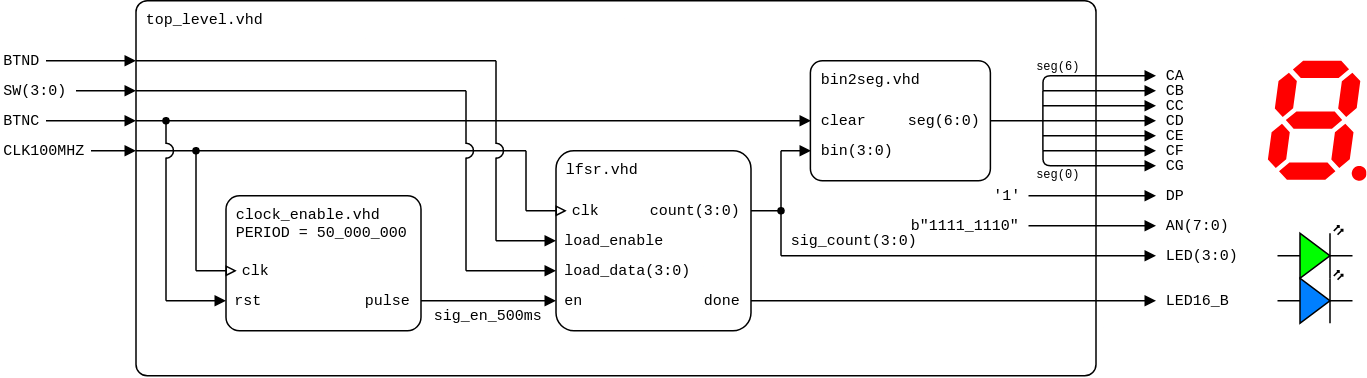
tomas-fryza/vhdl-course keeps this draw.io diagram as lab6-lfsr/images/top-level_lfsr_4-bit_structure.png. Above is the earlier version. Source tidied: cells renumbered, new cells last; positions are measured from the earlier drawing's top-left corner, leaving out a move shared by most shapes.
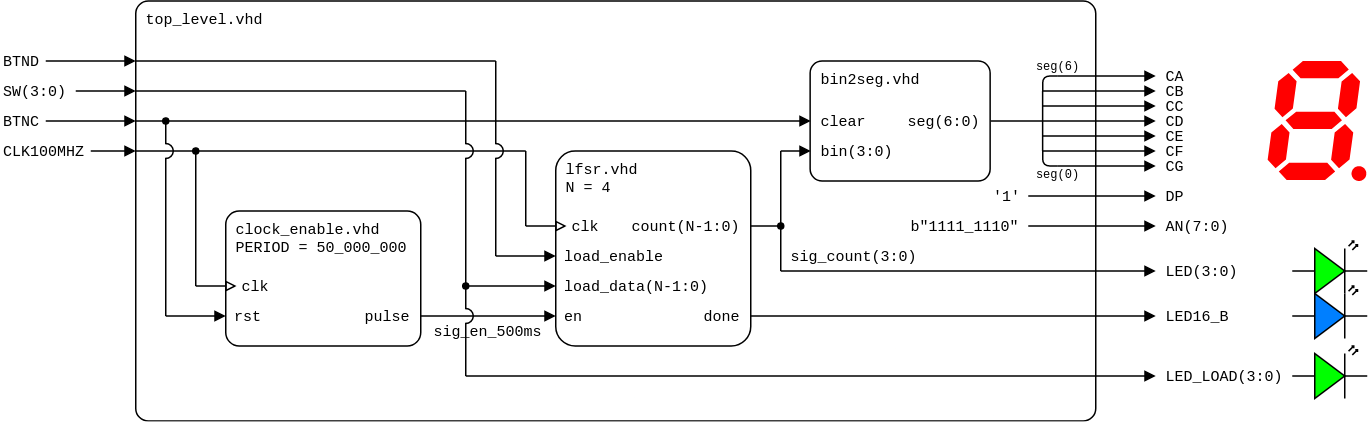
The same diagram one commit later.

Change to the diagram source:
```diff
@@ -3,7 +3,7 @@
     <mxCell id="0" />
     <mxCell id="1" parent="0" />
     <mxCell id="2" value="top_level.vhd" style="rounded=1;arcSize=3;whiteSpace=wrap;html=1;align=left;verticalAlign=top;fontFamily=Courier New;absoluteArcSize=0;fillColor=none;fontSize=10;spacingLeft=5;imageHeight=24;" parent="1" vertex="1">
-      <mxGeometry x="90" width="640" height="250" as="geometry" />
+      <mxGeometry x="90" width="640" height="280" as="geometry" />
     </mxCell>
     <mxCell id="3" style="endArrow=block;html=1;rounded=0;endFill=1;endSize=5;startSize=5;" parent="1" edge="1">
       <mxGeometry relative="1" as="geometry">
@@ -27,11 +27,11 @@
       <mxGeometry x="-0.4" y="70" width="40" height="20" as="geometry" />
     </mxCell>
     <mxCell id="7" value="sig_count(3:0)" style="text;html=1;align=left;verticalAlign=middle;whiteSpace=wrap;rounded=0;fontFamily=Courier New;fontSize=10;fillOpacity=100;spacing=2;spacingLeft=0;" parent="1" vertex="1">
-      <mxGeometry x="525" y="155" width="100" height="10" as="geometry" />
+      <mxGeometry x="525" y="165" width="100" height="10" as="geometry" />
     </mxCell>
     <mxCell id="8" style="endArrow=none;html=1;rounded=0;startArrow=none;startFill=0;endSize=4;startSize=4;" parent="1" edge="1">
       <mxGeometry relative="1" as="geometry">
-        <mxPoint x="350" y="140" as="sourcePoint" />
+        <mxPoint x="350" y="150" as="sourcePoint" />
         <mxPoint x="350" y="100" as="targetPoint" />
       </mxGeometry>
     </mxCell>
@@ -65,49 +65,49 @@
         <mxPoint x="330" y="95.5" as="targetPoint" />
       </mxGeometry>
     </mxCell>
-    <mxCell id="16" value="&lt;div&gt;lfsr.vhd&lt;/div&gt;" style="rounded=1;arcSize=10;align=left;verticalAlign=top;fontFamily=Courier New;absoluteArcSize=0;fillColor=none;fixDash=0;fontSize=10;spacingLeft=5;labelBorderColor=none;spacingTop=0;spacing=2;labelBackgroundColor=none;whiteSpace=wrap;html=1;strokeWidth=1;shadow=0;glass=0;" parent="1" vertex="1">
-      <mxGeometry x="370" y="100" width="130" height="120" as="geometry" />
+    <mxCell id="16" value="&lt;div&gt;lfsr.vhd&lt;br&gt;N = 4&lt;br&gt;&lt;/div&gt;" style="rounded=1;arcSize=10;align=left;verticalAlign=top;fontFamily=Courier New;absoluteArcSize=0;fillColor=none;fixDash=0;fontSize=10;spacingLeft=5;labelBorderColor=none;spacingTop=0;spacing=2;labelBackgroundColor=none;whiteSpace=wrap;html=1;strokeWidth=1;shadow=0;glass=0;" parent="1" vertex="1">
+      <mxGeometry x="370" y="100" width="130" height="130" as="geometry" />
     </mxCell>
     <mxCell id="17" value="load_enable" style="text;html=1;align=left;verticalAlign=middle;whiteSpace=wrap;rounded=0;fontFamily=Courier New;fontSize=10;fillOpacity=100;spacingLeft=5;" parent="1" vertex="1">
-      <mxGeometry x="369.4" y="150" width="80.6" height="20" as="geometry" />
+      <mxGeometry x="369.4" y="160" width="80.6" height="20" as="geometry" />
     </mxCell>
     <mxCell id="18" value="clk" style="text;html=1;align=left;verticalAlign=middle;whiteSpace=wrap;rounded=0;fontFamily=Courier New;fontSize=10;fillOpacity=100;spacing=2;spacingLeft=10;" parent="1" vertex="1">
-      <mxGeometry x="369.4" y="130" width="40.6" height="20" as="geometry" />
+      <mxGeometry x="369.4" y="140" width="40.6" height="20" as="geometry" />
     </mxCell>
     <mxCell id="19" style="endArrow=block;html=1;rounded=0;endFill=1;endSize=5;startSize=5;" parent="1" edge="1">
       <mxGeometry relative="1" as="geometry">
-        <mxPoint x="280" y="200" as="sourcePoint" />
-        <mxPoint x="370" y="200" as="targetPoint" />
+        <mxPoint x="280" y="210" as="sourcePoint" />
+        <mxPoint x="370" y="210" as="targetPoint" />
       </mxGeometry>
     </mxCell>
     <mxCell id="20" style="endArrow=block;html=1;rounded=0;endFill=0;endSize=5;startSize=5;" parent="1" edge="1">
       <mxGeometry relative="1" as="geometry">
-        <mxPoint x="350" y="140" as="sourcePoint" />
-        <mxPoint x="377.2" y="140" as="targetPoint" />
+        <mxPoint x="350" y="150" as="sourcePoint" />
+        <mxPoint x="377.2" y="150" as="targetPoint" />
       </mxGeometry>
     </mxCell>
-    <mxCell id="21" value="count(3:0)" style="text;html=1;align=right;verticalAlign=middle;whiteSpace=wrap;rounded=0;fontFamily=Courier New;fontSize=10;fillOpacity=100;spacing=2;spacingRight=5;" parent="1" vertex="1">
-      <mxGeometry x="430" y="130" width="70" height="20" as="geometry" />
+    <mxCell id="21" value="count(N-1:0)" style="text;html=1;align=right;verticalAlign=middle;whiteSpace=wrap;rounded=0;fontFamily=Courier New;fontSize=10;fillOpacity=100;spacing=2;spacingRight=5;" parent="1" vertex="1">
+      <mxGeometry x="410" y="140" width="90" height="20" as="geometry" />
     </mxCell>
     <mxCell id="22" value="en" style="text;html=1;align=left;verticalAlign=middle;whiteSpace=wrap;rounded=0;fontFamily=Courier New;fontSize=10;fillOpacity=100;spacingLeft=5;" parent="1" vertex="1">
-      <mxGeometry x="369.4" y="190" width="30.6" height="20" as="geometry" />
+      <mxGeometry x="369.4" y="200" width="30.6" height="20" as="geometry" />
     </mxCell>
     <mxCell id="23" style="endArrow=block;html=1;rounded=0;endFill=1;endSize=5;startSize=5;" parent="1" edge="1">
       <mxGeometry relative="1" as="geometry">
-        <mxPoint x="310" y="180" as="sourcePoint" />
-        <mxPoint x="370" y="180" as="targetPoint" />
+        <mxPoint x="310" y="190" as="sourcePoint" />
+        <mxPoint x="370" y="190" as="targetPoint" />
       </mxGeometry>
     </mxCell>
     <mxCell id="24" style="endArrow=none;html=1;rounded=0;startArrow=none;startFill=0;endSize=4;startSize=4;" parent="1" edge="1">
       <mxGeometry relative="1" as="geometry">
         <mxPoint x="520" y="100" as="sourcePoint" />
-        <mxPoint x="520" y="140" as="targetPoint" />
+        <mxPoint x="520" y="150" as="targetPoint" />
       </mxGeometry>
     </mxCell>
     <mxCell id="25" style="endArrow=none;html=1;rounded=0;endFill=0;endSize=5;startSize=5;" parent="1" edge="1">
       <mxGeometry relative="1" as="geometry">
-        <mxPoint x="500" y="140" as="sourcePoint" />
-        <mxPoint x="520" y="140" as="targetPoint" />
+        <mxPoint x="500" y="150" as="sourcePoint" />
+        <mxPoint x="520" y="150" as="targetPoint" />
       </mxGeometry>
     </mxCell>
     <mxCell id="26" value="bin2seg.vhd" style="rounded=1;arcSize=10;align=left;verticalAlign=top;fontFamily=Courier New;absoluteArcSize=0;fillColor=none;fixDash=0;fontSize=10;spacingLeft=5;labelBorderColor=none;spacingTop=0;spacing=2;labelBackgroundColor=none;whiteSpace=wrap;html=1;strokeWidth=1;shadow=0;glass=0;" parent="1" vertex="1">
@@ -232,41 +232,41 @@
       </mxGeometry>
     </mxCell>
     <mxCell id="53" value="sig_en_500ms" style="text;html=1;align=center;verticalAlign=middle;whiteSpace=wrap;rounded=0;fontFamily=Courier New;fontSize=10;fillOpacity=100;spacing=2;spacingLeft=0;" parent="1" vertex="1">
-      <mxGeometry x="280" y="205" width="90" height="10" as="geometry" />
+      <mxGeometry x="280" y="215" width="90" height="10" as="geometry" />
     </mxCell>
     <mxCell id="54" value="clock_enable.vhd&lt;div&gt;PERIOD = 50_000_000&lt;br&gt;&lt;/div&gt;" style="rounded=1;arcSize=10;align=left;verticalAlign=top;fontFamily=Courier New;absoluteArcSize=0;fillColor=none;fixDash=0;fontSize=10;spacingLeft=5;labelBorderColor=none;spacingTop=0;spacing=2;labelBackgroundColor=none;whiteSpace=wrap;html=1;strokeWidth=1;shadow=0;glass=0;" parent="1" vertex="1">
-      <mxGeometry x="150" y="130" width="130" height="90" as="geometry" />
+      <mxGeometry x="150" y="140" width="130" height="90" as="geometry" />
     </mxCell>
     <mxCell id="55" value="rst" style="text;html=1;align=left;verticalAlign=middle;whiteSpace=wrap;rounded=0;fontFamily=Courier New;fontSize=10;fillOpacity=100;spacingLeft=5;" parent="1" vertex="1">
-      <mxGeometry x="149.4" y="190" width="30.6" height="20" as="geometry" />
+      <mxGeometry x="149.4" y="200" width="30.6" height="20" as="geometry" />
     </mxCell>
     <mxCell id="56" value="clk" style="text;html=1;align=left;verticalAlign=middle;whiteSpace=wrap;rounded=0;fontFamily=Courier New;fontSize=10;fillOpacity=100;spacing=2;spacingLeft=10;" parent="1" vertex="1">
-      <mxGeometry x="149.4" y="170" width="40.6" height="20" as="geometry" />
+      <mxGeometry x="149.4" y="180" width="40.6" height="20" as="geometry" />
     </mxCell>
     <mxCell id="57" style="endArrow=block;html=1;rounded=0;endFill=0;endSize=5;startSize=5;" parent="1" edge="1">
       <mxGeometry relative="1" as="geometry">
-        <mxPoint x="130" y="180" as="sourcePoint" />
-        <mxPoint x="157.2" y="180" as="targetPoint" />
+        <mxPoint x="130" y="190" as="sourcePoint" />
+        <mxPoint x="157.2" y="190" as="targetPoint" />
       </mxGeometry>
     </mxCell>
     <mxCell id="58" value="pulse" style="text;html=1;align=right;verticalAlign=middle;whiteSpace=wrap;rounded=0;fontFamily=Courier New;fontSize=10;fillOpacity=100;spacing=2;spacingRight=5;" parent="1" vertex="1">
-      <mxGeometry x="230" y="190" width="50" height="20" as="geometry" />
+      <mxGeometry x="230" y="200" width="50" height="20" as="geometry" />
     </mxCell>
     <mxCell id="59" style="endArrow=block;html=1;rounded=0;endFill=1;endSize=5;startSize=5;" parent="1" edge="1">
       <mxGeometry relative="1" as="geometry">
-        <mxPoint x="110" y="200" as="sourcePoint" />
-        <mxPoint x="150" y="200" as="targetPoint" />
+        <mxPoint x="110" y="210" as="sourcePoint" />
+        <mxPoint x="150" y="210" as="targetPoint" />
       </mxGeometry>
     </mxCell>
     <mxCell id="60" style="endArrow=none;html=1;rounded=0;startArrow=none;startFill=0;endSize=4;startSize=4;" parent="1" edge="1">
       <mxGeometry relative="1" as="geometry">
-        <mxPoint x="330" y="160" as="sourcePoint" />
+        <mxPoint x="330" y="170" as="sourcePoint" />
         <mxPoint x="330" y="104.5" as="targetPoint" />
       </mxGeometry>
     </mxCell>
     <mxCell id="61" style="endArrow=oval;html=1;rounded=0;startArrow=none;startFill=0;endSize=4;startSize=4;endFill=1;" parent="1" edge="1">
       <mxGeometry relative="1" as="geometry">
-        <mxPoint x="130" y="180" as="sourcePoint" />
+        <mxPoint x="130" y="190" as="sourcePoint" />
         <mxPoint x="130" y="100" as="targetPoint" />
       </mxGeometry>
     </mxCell>
@@ -281,7 +281,7 @@
     </mxCell>
     <mxCell id="64" style="endArrow=none;html=1;rounded=0;startArrow=none;startFill=0;endSize=4;startSize=4;" parent="1" edge="1">
       <mxGeometry relative="1" as="geometry">
-        <mxPoint x="110" y="200" as="sourcePoint" />
+        <mxPoint x="110" y="210" as="sourcePoint" />
         <mxPoint x="110" y="104.5" as="targetPoint" />
       </mxGeometry>
     </mxCell>
@@ -291,8 +291,8 @@
         <mxPoint x="770" y="80" as="targetPoint" />
       </mxGeometry>
     </mxCell>
-    <mxCell id="66" value="load_data(3:0)" style="text;html=1;align=left;verticalAlign=middle;whiteSpace=wrap;rounded=0;fontFamily=Courier New;fontSize=10;fillOpacity=100;spacingLeft=5;" parent="1" vertex="1">
-      <mxGeometry x="369.4" y="170" width="100.6" height="20" as="geometry" />
+    <mxCell id="66" value="load_data(N-1:0)" style="text;html=1;align=left;verticalAlign=middle;whiteSpace=wrap;rounded=0;fontFamily=Courier New;fontSize=10;fillOpacity=100;spacingLeft=5;" parent="1" vertex="1">
+      <mxGeometry x="369.4" y="180" width="110.6" height="20" as="geometry" />
     </mxCell>
     <mxCell id="67" style="endArrow=none;html=1;rounded=0;startArrow=none;startFill=0;endSize=4;startSize=4;" parent="1" edge="1">
       <mxGeometry relative="1" as="geometry">
@@ -305,14 +305,14 @@
     </mxCell>
     <mxCell id="69" style="endArrow=none;html=1;rounded=0;startArrow=none;startFill=0;endSize=4;startSize=4;" parent="1" edge="1">
       <mxGeometry relative="1" as="geometry">
-        <mxPoint x="310" y="180" as="sourcePoint" />
+        <mxPoint x="310" y="190" as="sourcePoint" />
         <mxPoint x="310" y="104.5" as="targetPoint" />
       </mxGeometry>
     </mxCell>
     <mxCell id="70" style="endArrow=block;html=1;rounded=0;endFill=1;endSize=5;startSize=5;" parent="1" edge="1">
       <mxGeometry relative="1" as="geometry">
-        <mxPoint x="330" y="160" as="sourcePoint" />
-        <mxPoint x="370" y="160" as="targetPoint" />
+        <mxPoint x="330" y="170" as="sourcePoint" />
+        <mxPoint x="370" y="170" as="targetPoint" />
       </mxGeometry>
     </mxCell>
     <mxCell id="71" style="endArrow=block;html=1;rounded=0;endFill=1;endSize=5;startSize=5;" parent="1" edge="1">
@@ -347,36 +347,63 @@
     </mxCell>
     <mxCell id="77" style="endArrow=block;html=1;rounded=0;endFill=1;orthogonal=1;endSize=5;startSize=5;" parent="1" edge="1">
       <mxGeometry relative="1" as="geometry">
-        <mxPoint x="520" y="170" as="sourcePoint" />
-        <mxPoint x="770" y="170" as="targetPoint" />
+        <mxPoint x="520" y="180" as="sourcePoint" />
+        <mxPoint x="770" y="180" as="targetPoint" />
       </mxGeometry>
     </mxCell>
     <mxCell id="78" value="LED(3:0)" style="text;html=1;align=left;verticalAlign=middle;whiteSpace=wrap;rounded=0;fontFamily=Courier New;fontSize=10;fillOpacity=100;spacing=2;spacingLeft=5;" parent="1" vertex="1">
-      <mxGeometry x="770" y="160" width="70" height="20" as="geometry" />
+      <mxGeometry x="770" y="170" width="70" height="20" as="geometry" />
     </mxCell>
     <mxCell id="79" style="verticalLabelPosition=bottom;shadow=0;dashed=0;align=center;html=1;verticalAlign=top;shape=mxgraph.electrical.opto_electronics.led_2;fillColor=#00FF00;" parent="1" vertex="1">
-      <mxGeometry x="851" y="150" width="50" height="35" as="geometry" />
+      <mxGeometry x="861" y="160" width="50" height="35" as="geometry" />
     </mxCell>
     <mxCell id="80" style="endArrow=oval;html=1;rounded=0;startArrow=none;startFill=0;endSize=4;startSize=4;endFill=1;" parent="1" edge="1">
       <mxGeometry relative="1" as="geometry">
-        <mxPoint x="520" y="170" as="sourcePoint" />
-        <mxPoint x="520" y="140" as="targetPoint" />
+        <mxPoint x="520" y="180" as="sourcePoint" />
+        <mxPoint x="520" y="150" as="targetPoint" />
       </mxGeometry>
     </mxCell>
     <mxCell id="81" value="done" style="text;html=1;align=right;verticalAlign=middle;whiteSpace=wrap;rounded=0;fontFamily=Courier New;fontSize=10;fillOpacity=100;spacing=2;spacingRight=5;" parent="1" vertex="1">
-      <mxGeometry x="460" y="190" width="40" height="20" as="geometry" />
+      <mxGeometry x="460" y="200" width="40" height="20" as="geometry" />
     </mxCell>
     <mxCell id="82" style="endArrow=block;html=1;rounded=0;endFill=1;orthogonal=1;endSize=5;startSize=5;" parent="1" edge="1">
       <mxGeometry relative="1" as="geometry">
-        <mxPoint x="500" y="200" as="sourcePoint" />
-        <mxPoint x="770" y="200" as="targetPoint" />
+        <mxPoint x="500" y="210" as="sourcePoint" />
+        <mxPoint x="770" y="210" as="targetPoint" />
       </mxGeometry>
     </mxCell>
     <mxCell id="83" value="LED16_B" style="text;html=1;align=left;verticalAlign=middle;whiteSpace=wrap;rounded=0;fontFamily=Courier New;fontSize=10;fillOpacity=100;spacing=2;spacingLeft=5;" parent="1" vertex="1">
-      <mxGeometry x="770" y="190" width="70" height="20" as="geometry" />
+      <mxGeometry x="770" y="200" width="70" height="20" as="geometry" />
     </mxCell>
     <mxCell id="84" style="verticalLabelPosition=bottom;shadow=0;dashed=0;align=center;html=1;verticalAlign=top;shape=mxgraph.electrical.opto_electronics.led_2;fillColor=#007FFF;" parent="1" vertex="1">
-      <mxGeometry x="851" y="180" width="50" height="35" as="geometry" />
+      <mxGeometry x="861" y="190" width="50" height="35" as="geometry" />
     </mxCell>
+    <mxCell id="85" style="endArrow=block;html=1;rounded=0;endFill=1;orthogonal=1;endSize=5;startSize=5;" parent="1" edge="1">
+      <mxGeometry relative="1" as="geometry">
+        <mxPoint x="310" y="250" as="sourcePoint" />
+        <mxPoint x="770" y="250" as="targetPoint" />
+      </mxGeometry>
+    </mxCell>
+    <mxCell id="86" value="LED_LOAD(3:0)" style="text;html=1;align=left;verticalAlign=middle;whiteSpace=wrap;rounded=0;fontFamily=Courier New;fontSize=10;fillOpacity=100;spacing=2;spacingLeft=5;" parent="1" vertex="1">
+      <mxGeometry x="770" y="240" width="70" height="20" as="geometry" />
+    </mxCell>
+    <mxCell id="87" style="verticalLabelPosition=bottom;shadow=0;dashed=0;align=center;html=1;verticalAlign=top;shape=mxgraph.electrical.opto_electronics.led_2;fillColor=#00FF00;" parent="1" vertex="1">
+      <mxGeometry x="861" y="230" width="50" height="35" as="geometry" />
+    </mxCell>
+    <mxCell id="88" style="endArrow=none;html=1;rounded=0;startArrow=none;startFill=0;endSize=4;startSize=4;" parent="1" edge="1">
+      <mxGeometry relative="1" as="geometry">
+        <mxPoint x="310" y="250" as="sourcePoint" />
+        <mxPoint x="310" y="214.5" as="targetPoint" />
+      </mxGeometry>
+    </mxCell>
+    <mxCell id="89" style="verticalLabelPosition=bottom;verticalAlign=top;html=1;shape=mxgraph.basic.arc;startAngle=0.75;endAngle=0.25;rotation=90;" parent="1" vertex="1">
+      <mxGeometry x="305" y="205" width="10" height="10" as="geometry" />
+    </mxCell>
+    <mxCell id="90" style="endArrow=oval;html=1;rounded=0;startArrow=none;startFill=0;endSize=4;startSize=4;endFill=1;" parent="1" edge="1">
+      <mxGeometry relative="1" as="geometry">
+        <mxPoint x="310" y="205.5" as="sourcePoint" />
+        <mxPoint x="310" y="190" as="targetPoint" />
+      </mxGeometry>
+    </mxCell>
   </root>
 </mxGraphModel>
```
